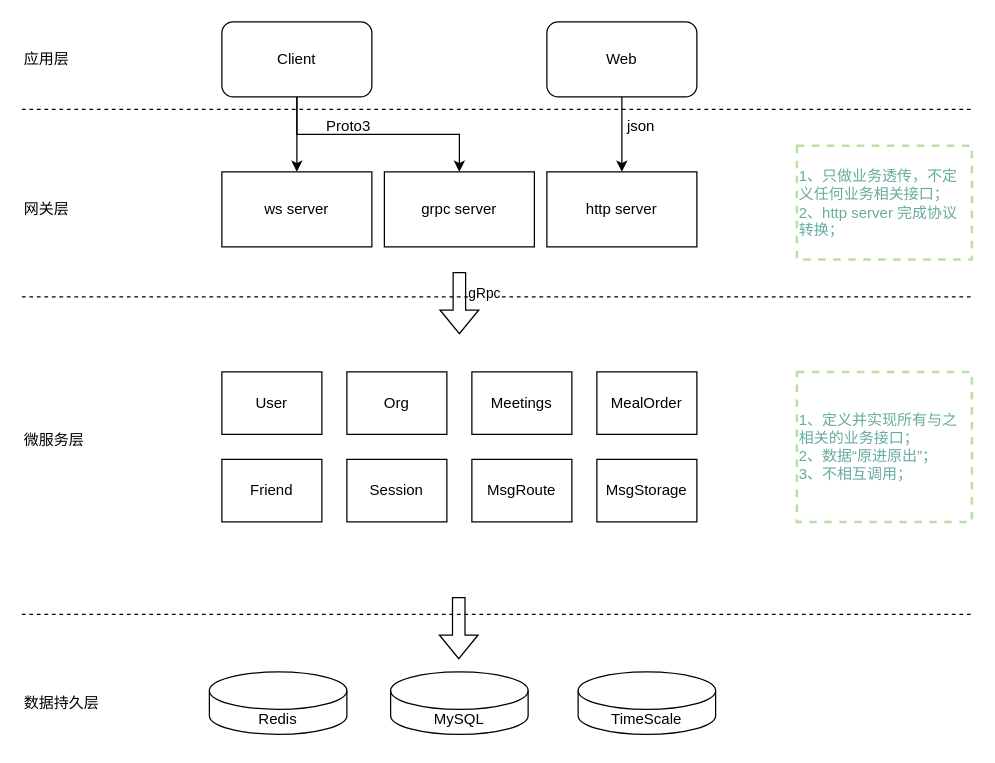
zebra-min/my-design keeps this draw.io diagram as page "OA架构图" (3 of 3) of StreamOA架构设计.drawio. Above is the earlier version. Source tidied: cells renumbered, new cells numbered last; positions are measured from the earlier drawing's top-left corner, leaving out a move shared by most shapes. Both pictures are drawn from the tidied source at 125%, with x=0, y=0 at pixel (21, 21).
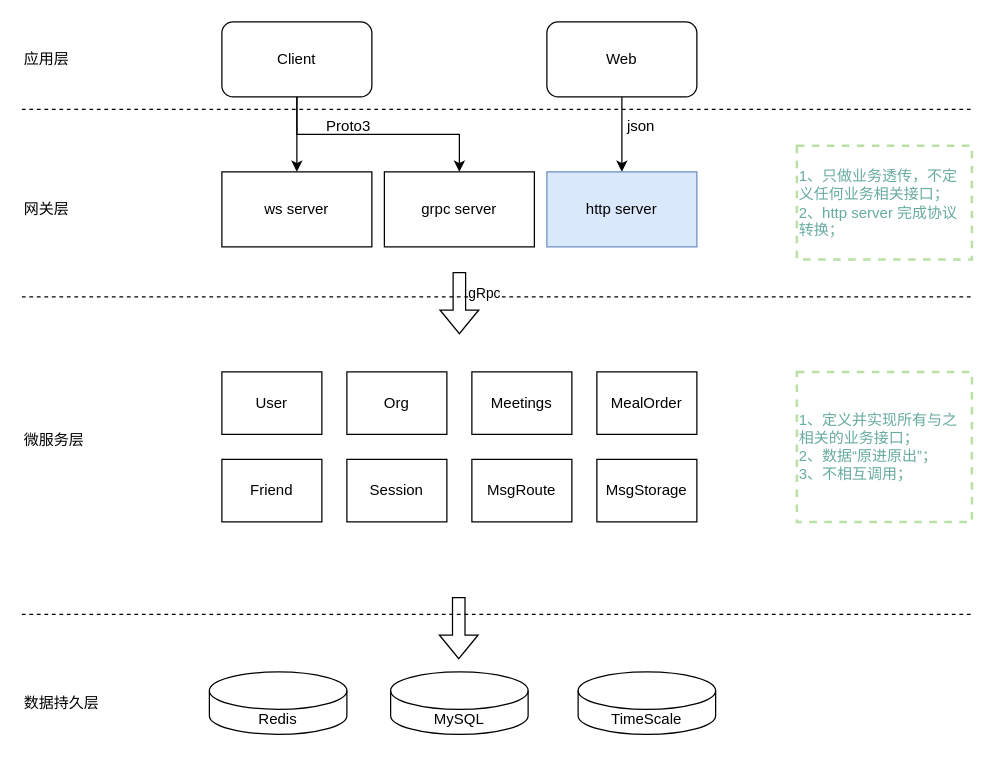
After the change.

Commit message:
更新StreamOA架构设计.drawio

Change to the diagram source:
```diff
@@
-    <mxCell id="10" value="http server" style="rounded=0;whiteSpace=wrap;html=1;" parent="1" vertex="1">
+    <mxCell id="10" value="http server" style="rounded=0;whiteSpace=wrap;html=1;fillColor=#dae8fc;strokeColor=#6c8ebf;" parent="1" vertex="1">
       <mxGeometry x="420" y="120" width="120" height="60" as="geometry" />
     </mxCell>
```
